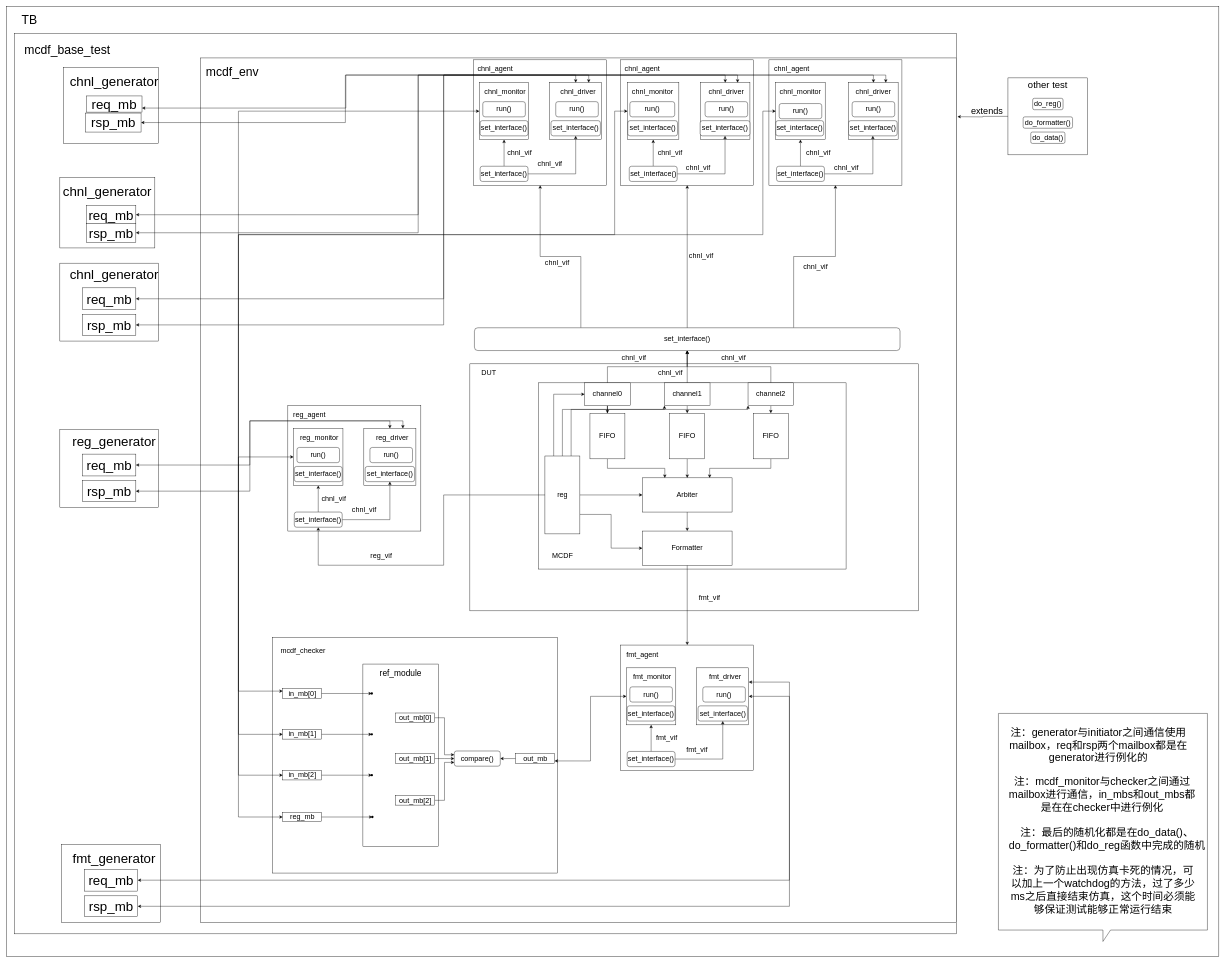
This is 路科验证/sv-lab4.drawio from LQ0623/draw_io_picture, a draw.io file, before an edit. Source tidied: cells renumbered, new cells numbered last; positions are measured from the earlier drawing's top-left corner, leaving out a move shared by most shapes. Both pictures are drawn from the tidied source at 38%, with x=0, y=0 at pixel (6, 6).
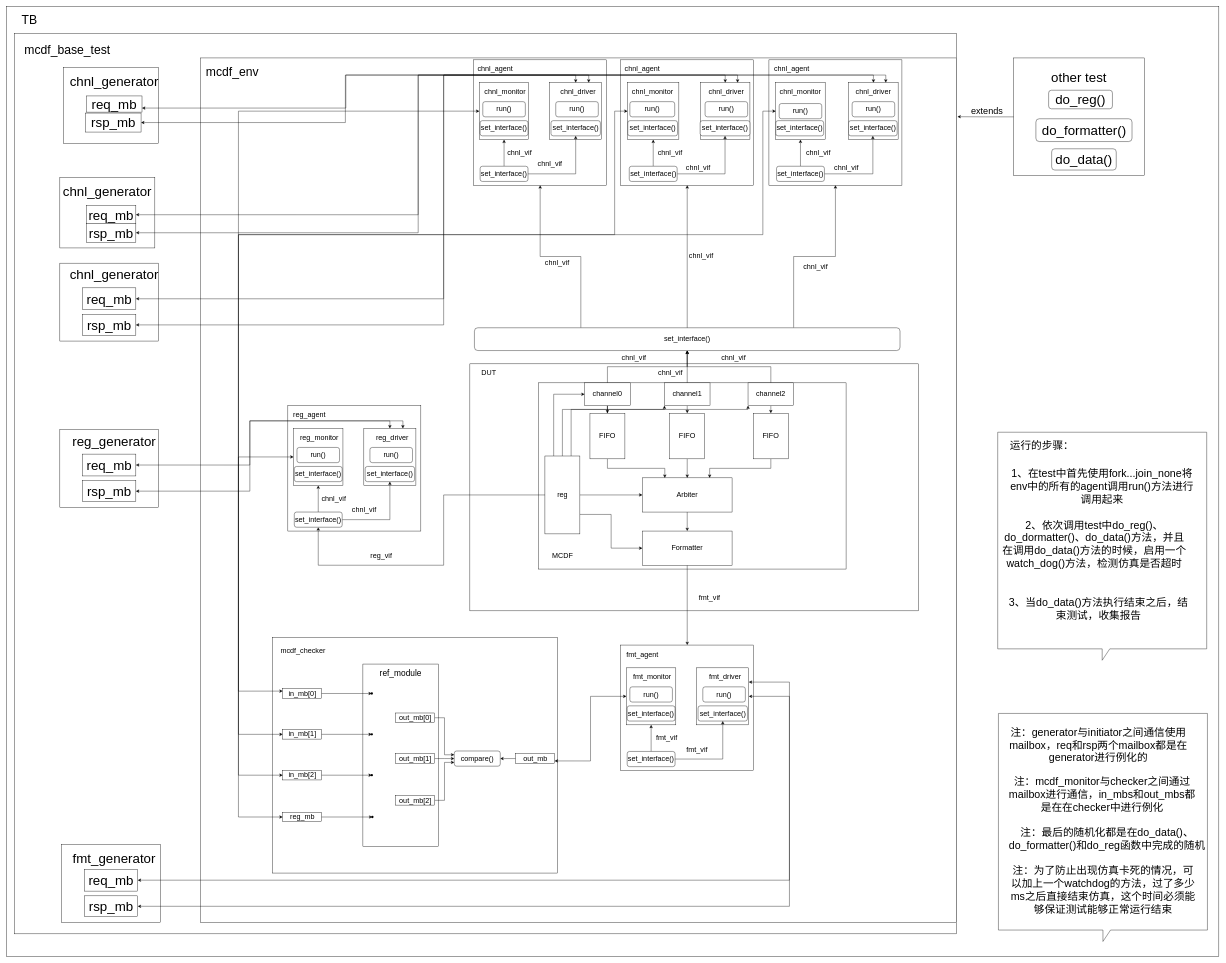
After the change.

Change to the diagram source:
```diff
@@
     <mxCell id="61" style="rounded=0;whiteSpace=wrap;html=1;fontSize=19;" parent="1" vertex="1">
-      <mxGeometry x="2635" y="187.5" width="210" height="202.5" as="geometry" />
+      <mxGeometry x="2650" y="135" width="344" height="310" as="geometry" />
     </mxCell>
-    <mxCell id="62" value="&lt;font style=&quot;font-size: 25px;&quot;&gt;other test&lt;/font&gt;" style="text;html=1;whiteSpace=wrap;strokeColor=none;fillColor=none;align=center;verticalAlign=middle;rounded=0;fontSize=19;" parent="1" vertex="1">
-      <mxGeometry x="2660" y="190" width="160" height="30" as="geometry" />
+    <mxCell id="62" value="&lt;font&gt;other test&lt;/font&gt;" style="text;html=1;whiteSpace=wrap;strokeColor=none;fillColor=none;align=center;verticalAlign=middle;rounded=0;fontSize=35;" parent="1" vertex="1">
+      <mxGeometry x="2742" y="170" width="160" height="30" as="geometry" />
     </mxCell>
-    <mxCell id="63" value="do_reg()" style="rounded=1;whiteSpace=wrap;html=1;fontSize=19;" parent="1" vertex="1">
-      <mxGeometry x="2700" y="241.2" width="80" height="30" as="geometry" />
+    <mxCell id="63" value="do_reg()" style="rounded=1;whiteSpace=wrap;html=1;fontSize=35;" parent="1" vertex="1">
+      <mxGeometry x="2742" y="220" width="168" height="48.8" as="geometry" />
     </mxCell>
@@
-    <mxCell id="194" value="do_formatter()" style="rounded=1;whiteSpace=wrap;html=1;fontSize=19;" parent="1" vertex="1">
-      <mxGeometry x="2675" y="290" width="130" height="30" as="geometry" />
+    <mxCell id="194" value="do_formatter()" style="rounded=1;whiteSpace=wrap;html=1;fontSize=35;" parent="1" vertex="1">
+      <mxGeometry x="2708.5" y="295" width="253" height="60" as="geometry" />
     </mxCell>
-    <mxCell id="195" value="do_data()" style="rounded=1;whiteSpace=wrap;html=1;fontSize=19;" parent="1" vertex="1">
-      <mxGeometry x="2695" y="330" width="90" height="30" as="geometry" />
+    <mxCell id="195" value="do_data()" style="rounded=1;whiteSpace=wrap;html=1;fontSize=35;" parent="1" vertex="1">
+      <mxGeometry x="2750" y="374" width="170" height="56" as="geometry" />
     </mxCell>
@@
+    <mxCell id="197" style="shape=callout;whiteSpace=wrap;html=1;perimeter=calloutPerimeter;" parent="1" vertex="1">
+      <mxGeometry x="2608" y="1120" width="550" height="600" as="geometry" />
+    </mxCell>
+    <mxCell id="198" value="运行的步骤：" style="text;html=1;whiteSpace=wrap;strokeColor=none;fillColor=none;align=center;verticalAlign=middle;rounded=0;fontSize=28;" parent="1" vertex="1">
+      <mxGeometry x="2610" y="1140" width="229" height="30" as="geometry" />
+    </mxCell>
+    <mxCell id="199" value="1、在test中首先使用fork...join_none将env中的所有的agent调用run()方法进行调用起来" style="text;html=1;whiteSpace=wrap;strokeColor=none;fillColor=none;align=center;verticalAlign=middle;rounded=0;fontSize=28;" parent="1" vertex="1">
+      <mxGeometry x="2635" y="1247.5" width="495" height="30" as="geometry" />
+    </mxCell>
+    <mxCell id="200" value="2、依次调用test中do_reg()、do_dormatter()、do_data()方法，并且在调用do_data()方法的时候，启用一个watch_dog()方法，检测仿真是否超时" style="text;html=1;whiteSpace=wrap;strokeColor=none;fillColor=none;align=center;verticalAlign=middle;rounded=0;fontSize=28;" parent="1" vertex="1">
+      <mxGeometry x="2615" y="1400" width="495" height="30" as="geometry" />
+    </mxCell>
+    <mxCell id="201" value="3、当do_data()方法执行结束之后，结束测试，收集报告" style="text;html=1;whiteSpace=wrap;strokeColor=none;fillColor=none;align=center;verticalAlign=middle;rounded=0;fontSize=28;" parent="1" vertex="1">
+      <mxGeometry x="2626" y="1570" width="495" height="30" as="geometry" />
+    </mxCell>
```
